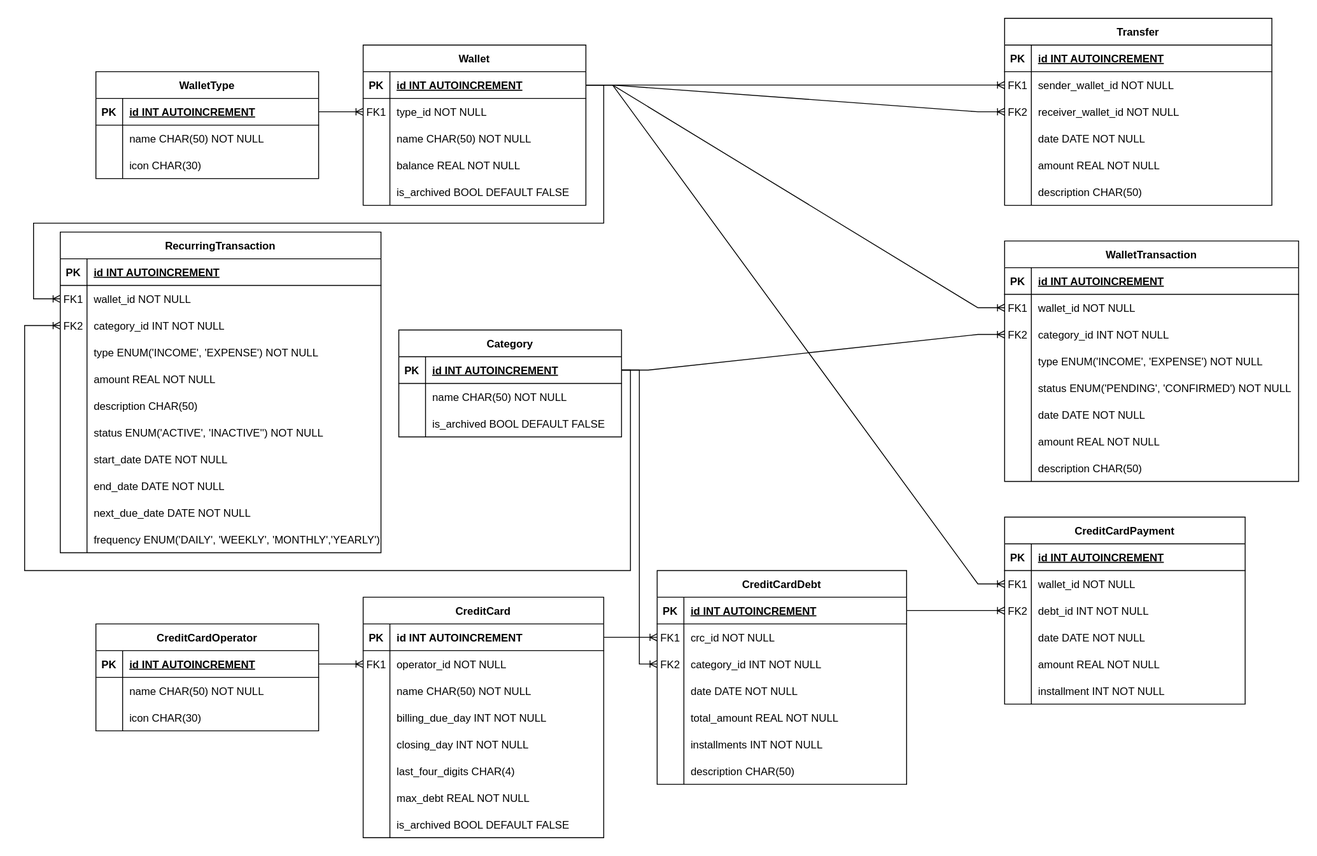
Before: docs/diagram/db_model.svg, a diagram exported from draw.io (luk3rr/MY_MONEY). Source tidied: cells renumbered, new cells last; positions are measured from the earlier drawing's top-left corner, leaving out a move shared by most shapes.
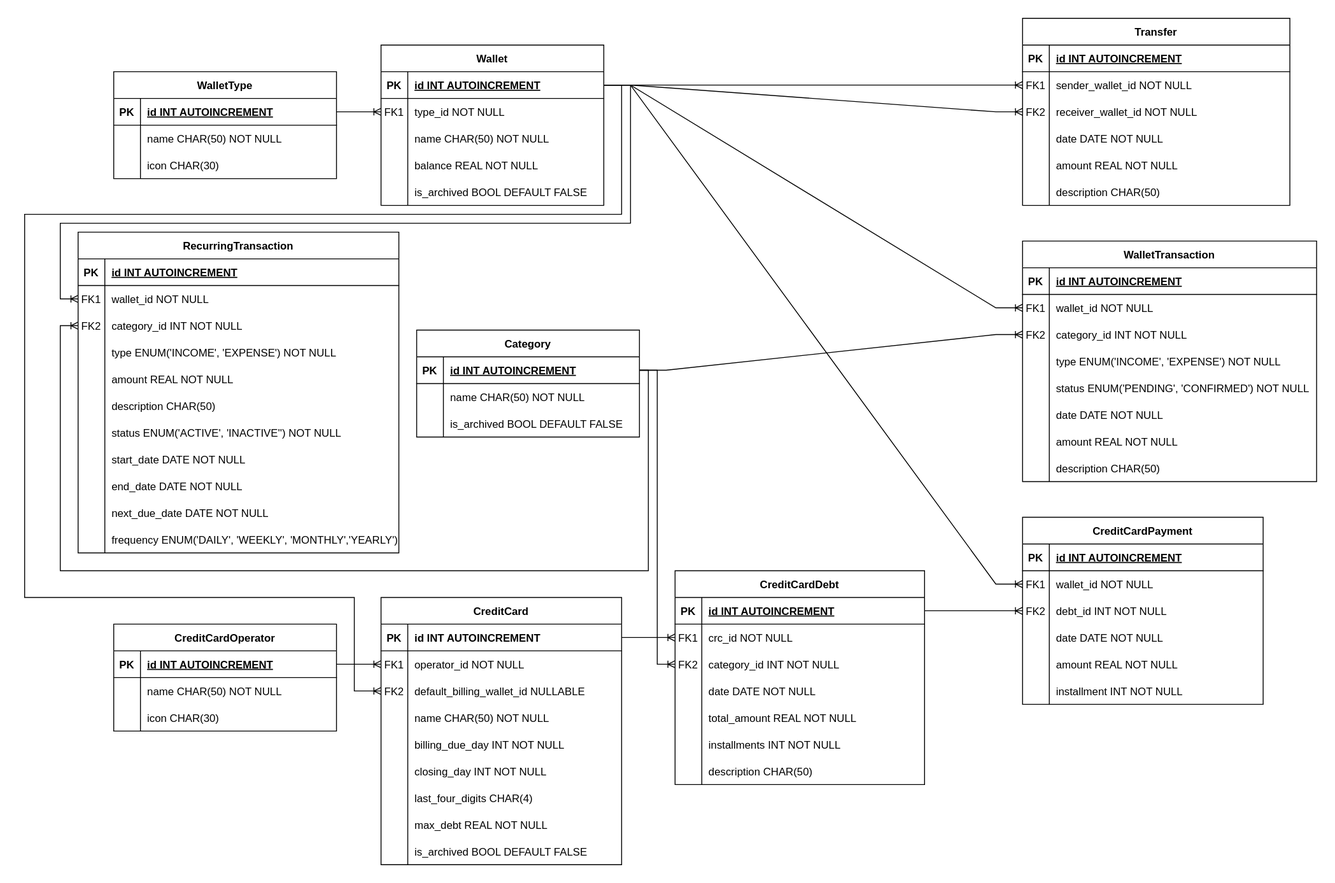
The same diagram one commit later.

The edit, as a diff of the source:
```diff
@@ -78,7 +78,7 @@
       <mxGeometry x="30" width="300" height="30" as="geometry" />
     </mxCell>
     <mxCell id="27" value="CreditCard" style="shape=table;startSize=30;rowLines=0;fontStyle=1;align=center;" parent="1" vertex="1">
-      <mxGeometry x="380" y="650" width="270" height="270" as="geometry" />
+      <mxGeometry x="380" y="650" width="270" height="300" as="geometry" />
     </mxCell>
     <mxCell id="28" style="shape=partialRectangle;fillColor=none;top=0;left=0;right=0;bottom=1;" parent="27" vertex="1">
       <mxGeometry y="30" width="270" height="30" as="geometry" />
@@ -98,8 +98,17 @@
     <mxCell id="33" value="operator_id NOT NULL" style="shape=partialRectangle;overflow=hidden;fillColor=none;top=0;left=0;bottom=0;right=0;align=left;spacingLeft=6;" parent="31" vertex="1">
       <mxGeometry x="30" width="240" height="30" as="geometry" />
     </mxCell>
+    <mxCell id="207" style="shape=partialRectangle;fillColor=none;points=[[0,0.5],[1,0.5]];portConstraint=eastwest;top=0;left=0;right=0;bottom=0;" parent="27" vertex="1">
+      <mxGeometry y="90" width="270" height="30" as="geometry" />
+    </mxCell>
+    <mxCell id="208" value="FK2" style="shape=partialRectangle;overflow=hidden;fillColor=none;top=0;left=0;bottom=0;right=0;" parent="207" vertex="1">
+      <mxGeometry width="30" height="30" as="geometry" />
+    </mxCell>
+    <mxCell id="209" value="default_billing_wallet_id NULLABLE" style="shape=partialRectangle;overflow=hidden;fillColor=none;top=0;left=0;bottom=0;right=0;align=left;spacingLeft=6;" parent="207" vertex="1">
+      <mxGeometry x="30" width="240" height="30" as="geometry" />
+    </mxCell>
     <mxCell id="34" style="shape=partialRectangle;fillColor=none;top=0;left=0;right=0;bottom=0;" parent="27" vertex="1">
-      <mxGeometry y="90" width="270" height="30" as="geometry" />
+      <mxGeometry y="120" width="270" height="30" as="geometry" />
     </mxCell>
     <mxCell id="35" style="shape=partialRectangle;overflow=hidden;fillColor=none;top=0;left=0;bottom=0;right=0;" parent="34" vertex="1">
       <mxGeometry width="30" height="30" as="geometry" />
@@ -108,7 +117,7 @@
       <mxGeometry x="30" width="240" height="30" as="geometry" />
     </mxCell>
     <mxCell id="37" style="shape=partialRectangle;fillColor=none;top=0;left=0;right=0;bottom=0;" parent="27" vertex="1">
-      <mxGeometry y="120" width="270" height="30" as="geometry" />
+      <mxGeometry y="150" width="270" height="30" as="geometry" />
     </mxCell>
     <mxCell id="38" style="shape=partialRectangle;overflow=hidden;fillColor=none;top=0;left=0;bottom=0;right=0;" parent="37" vertex="1">
       <mxGeometry width="30" height="30" as="geometry" />
@@ -117,7 +126,7 @@
       <mxGeometry x="30" width="240" height="30" as="geometry" />
     </mxCell>
     <mxCell id="40" style="shape=partialRectangle;fillColor=none;top=0;left=0;right=0;bottom=0;" parent="27" vertex="1">
-      <mxGeometry y="150" width="270" height="30" as="geometry" />
+      <mxGeometry y="180" width="270" height="30" as="geometry" />
     </mxCell>
     <mxCell id="41" style="shape=partialRectangle;overflow=hidden;fillColor=none;top=0;left=0;bottom=0;right=0;" parent="40" vertex="1">
       <mxGeometry width="30" height="30" as="geometry" />
@@ -126,7 +135,7 @@
       <mxGeometry x="30" width="240" height="30" as="geometry" />
     </mxCell>
     <mxCell id="43" style="shape=partialRectangle;fillColor=none;top=0;left=0;right=0;bottom=0;" parent="27" vertex="1">
-      <mxGeometry y="180" width="270" height="30" as="geometry" />
+      <mxGeometry y="210" width="270" height="30" as="geometry" />
     </mxCell>
     <mxCell id="44" style="shape=partialRectangle;overflow=hidden;fillColor=none;top=0;left=0;bottom=0;right=0;" parent="43" vertex="1">
       <mxGeometry width="30" height="30" as="geometry" />
@@ -135,7 +144,7 @@
       <mxGeometry x="30" width="240" height="30" as="geometry" />
     </mxCell>
     <mxCell id="46" style="shape=partialRectangle;fillColor=none;top=0;left=0;right=0;bottom=0;" parent="27" vertex="1">
-      <mxGeometry y="210" width="270" height="30" as="geometry" />
+      <mxGeometry y="240" width="270" height="30" as="geometry" />
     </mxCell>
     <mxCell id="47" style="shape=partialRectangle;overflow=hidden;fillColor=none;top=0;left=0;bottom=0;right=0;" parent="46" vertex="1">
       <mxGeometry width="30" height="30" as="geometry" />
@@ -144,7 +153,7 @@
       <mxGeometry x="30" width="240" height="30" as="geometry" />
     </mxCell>
     <mxCell id="49" style="shape=partialRectangle;fillColor=none;top=0;left=0;right=0;bottom=0;" parent="27" vertex="1">
-      <mxGeometry y="240" width="270" height="30" as="geometry" />
+      <mxGeometry y="270" width="270" height="30" as="geometry" />
     </mxCell>
     <mxCell id="50" style="shape=partialRectangle;overflow=hidden;fillColor=none;top=0;left=0;bottom=0;right=0;" parent="49" vertex="1">
       <mxGeometry width="30" height="30" as="geometry" />
@@ -631,13 +640,15 @@
     <mxCell id="204" style="edgeStyle=entityRelationEdgeStyle;fontSize=12;html=1;endArrow=ERoneToMany;rounded=0;exitX=1;exitY=0.5;exitDx=0;exitDy=0;entryX=0;entryY=0.5;entryDx=0;entryDy=0;" parent="1" edge="1" source="53" target="104">
       <mxGeometry relative="1" as="geometry" />
     </mxCell>
-    <mxCell id="205" style="edgeStyle=orthogonalEdgeStyle;fontSize=12;html=1;endArrow=ERoneToMany;rounded=0;exitX=1;exitY=0.5;exitDx=0;exitDy=0;entryX=0;entryY=0.5;entryDx=0;entryDy=0;" parent="1" edge="1" source="53" target="174">
+    <mxCell id="205" style="edgeStyle=orthogonalEdgeStyle;fontSize=12;html=1;endArrow=ERoneToMany;rounded=0;exitX=1;exitY=0.5;exitDx=0;exitDy=0;entryX=0;entryY=0.5;entryDx=0;entryDy=0;" parent="1" edge="1" source="53" target="207">
       <mxGeometry relative="1" as="geometry">
         <Array as="points">
           <mxPoint x="650" y="75" />
-          <mxPoint x="650" y="230" />
-          <mxPoint x="10" y="230" />
-          <mxPoint x="10" y="315" />
+          <mxPoint x="650" y="220" />
+          <mxPoint x="-20" y="220" />
+          <mxPoint x="-20" y="650" />
+          <mxPoint x="350" y="650" />
+          <mxPoint x="350" y="755" />
         </Array>
       </mxGeometry>
     </mxCell>
@@ -646,10 +657,20 @@
         <Array as="points">
           <mxPoint x="680" y="395" />
           <mxPoint x="680" y="620" />
-          <mxPoint y="620" />
-          <mxPoint y="345" />
+          <mxPoint x="20" y="620" />
+          <mxPoint x="20" y="345" />
         </Array>
       </mxGeometry>
     </mxCell>
+    <mxCell id="210" style="edgeStyle=orthogonalEdgeStyle;fontSize=12;html=1;endArrow=ERoneToMany;rounded=0;exitX=1;exitY=0.5;exitDx=0;exitDy=0;entryX=0;entryY=0.5;entryDx=0;entryDy=0;" parent="1" edge="1" source="53" target="174">
+      <mxGeometry relative="1" as="geometry">
+        <Array as="points">
+          <mxPoint x="660" y="75" />
+          <mxPoint x="660" y="230" />
+          <mxPoint x="20" y="230" />
+          <mxPoint x="20" y="315" />
+        </Array>
+      </mxGeometry>
+    </mxCell>
   </root>
 </mxGraphModel>
```
